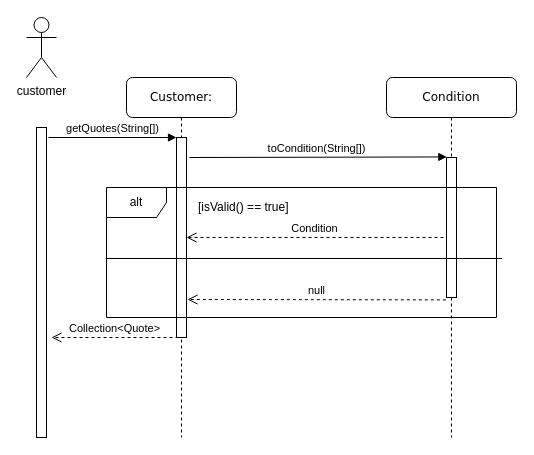
This is page "Page-1" (1 of 3) of diagram/cw2_sequence_communication.drawio from SatoMichi/SE_CW_Bike_Rental_System, a draw.io file, before an edit. Source tidied: cells renumbered, new cells numbered last; positions are measured from the earlier drawing's top-left corner, leaving out a move shared by most shapes. Both pictures are drawn from the tidied source at 100%, with x=0, y=0 at pixel (26, 17).
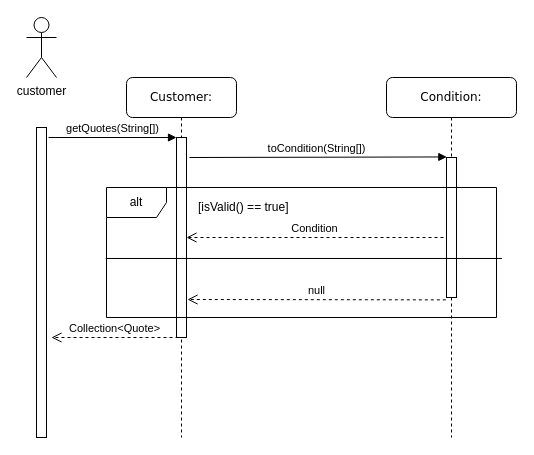
The same page after the edit.

What changed in the source:
```diff
@@
-    <mxCell id="8" value="Condition" style="shape=umlLifeline;perimeter=lifelinePerimeter;whiteSpace=wrap;html=1;rounded=1;shadow=0;comic=0;labelBackgroundColor=none;strokeColor=#000000;strokeWidth=1;fillColor=#FFFFFF;fontFamily=Verdana;fontSize=12;fontColor=#000000;align=center;" parent="1" vertex="1">
+    <mxCell id="8" value="Condition:" style="shape=umlLifeline;perimeter=lifelinePerimeter;whiteSpace=wrap;html=1;rounded=1;shadow=0;comic=0;labelBackgroundColor=none;strokeColor=#000000;strokeWidth=1;fillColor=#FFFFFF;fontFamily=Verdana;fontSize=12;fontColor=#000000;align=center;" parent="1" vertex="1">
       <mxGeometry x="360" y="60" width="130" height="360" as="geometry" />
     </mxCell>
```
